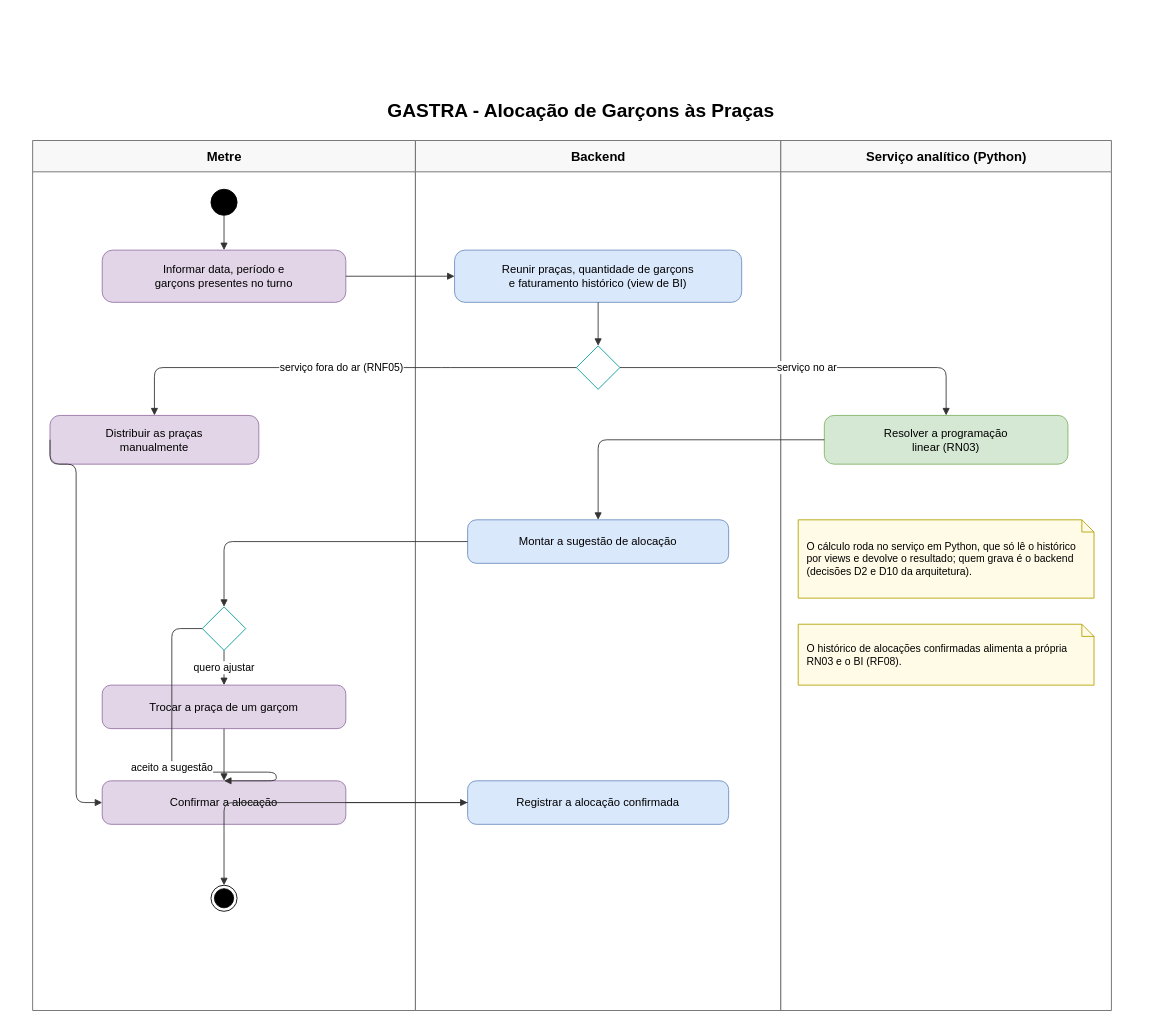
The draw.io diagram docs/diagramas/_fontes/GASTRA_Atividade_AlocacaoGarcons.drawio in danih-vb/gastra-tg, before the edit. Source tidied: cells renumbered, new cells numbered last; positions are measured from the earlier drawing's top-left corner, leaving out a move shared by most shapes. Both pictures are drawn from the tidied source at 87%, with x=0, y=0 at pixel (15, 93).
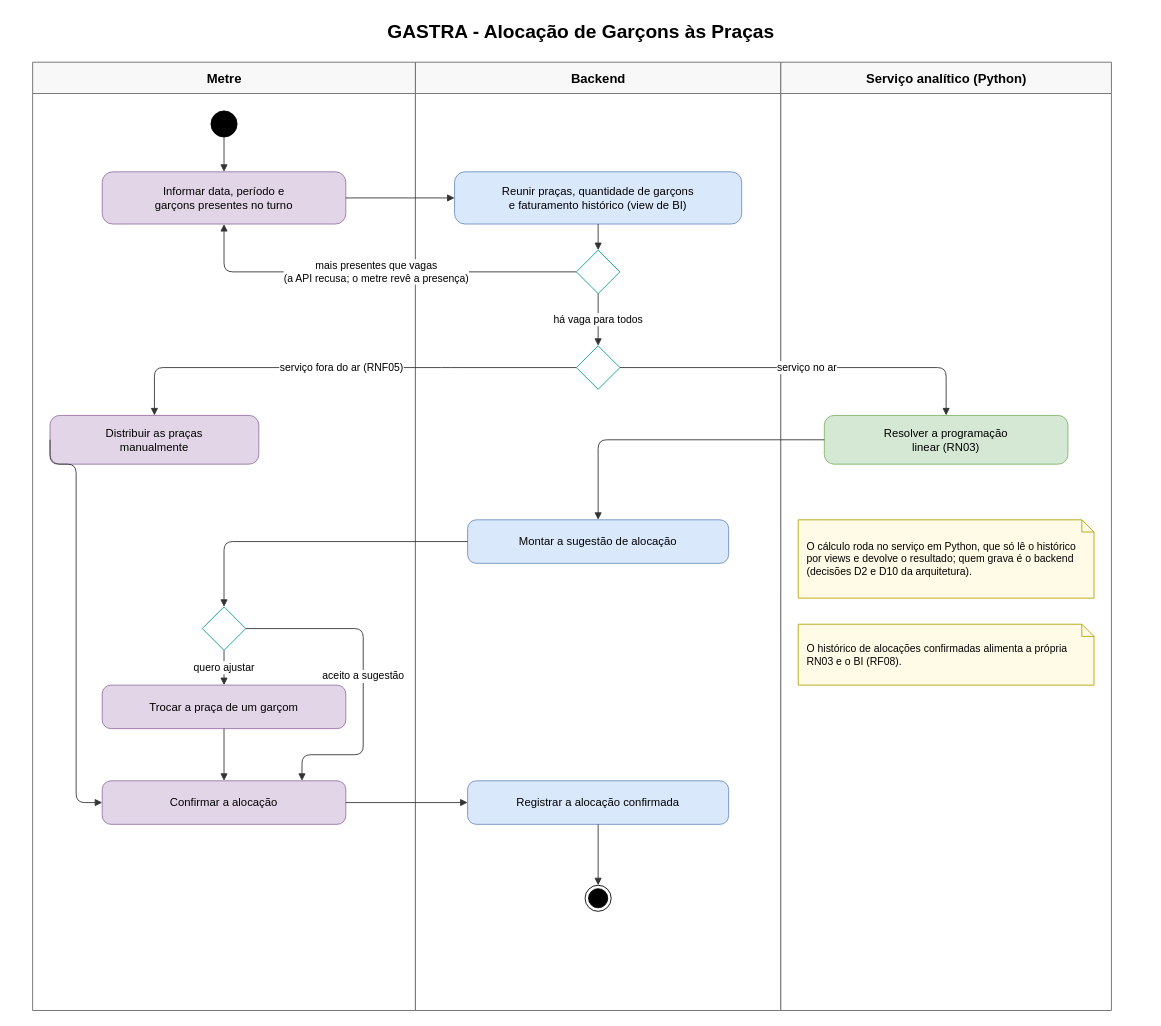
The same page after the edit.

Commit message (it also covers changes not shown here):
docs: sequência, atividade e matriz de rastreabilidade conferidas (#193, #194, #197)

Unchanged cells that the change refers to:
```xml
<mxCell id="9" style="rhombus;html=1;fillColor=#ffffff;strokeColor=#009999;" parent="1" vertex="1">
  <mxGeometry x="645" y="290" width="50" height="50" as="geometry" />
</mxCell>
<mxCell id="13" style="rhombus;html=1;fillColor=#ffffff;strokeColor=#009999;" parent="1" vertex="1">
  <mxGeometry x="215" y="590" width="50" height="50" as="geometry" />
</mxCell>
<mxCell id="15" value="Confirmar a alocação" style="rounded=1;arcSize=20;whiteSpace=wrap;html=1;fillColor=#e1d5e7;strokeColor=#9673a6;fontSize=13;" parent="1" vertex="1">
  <mxGeometry x="100" y="790" width="280" height="50" as="geometry" />
</mxCell>
<mxCell id="16" value="Registrar a alocação confirmada" style="rounded=1;arcSize=20;whiteSpace=wrap;html=1;fillColor=#dae8fc;strokeColor=#6c8ebf;fontSize=13;" parent="1" vertex="1">
  <mxGeometry x="520" y="790" width="300" height="50" as="geometry" />
</mxCell>
```

Change to the diagram source:
```diff
@@
     <mxCell id="2" value="GASTRA - Alocação de Garçons às Praças" style="text;html=1;align=center;verticalAlign=middle;fontSize=22;fontStyle=1;" parent="1" vertex="1">
-      <mxGeometry width="1300" height="40" as="geometry" />
+      <mxGeometry y="-90" width="1300" height="40" as="geometry" />
     </mxCell>
     <mxCell id="3" value="Metre" style="swimlane;html=1;startSize=36;horizontal=1;fillColor=#f8f8f8;strokeColor=#666666;fontSize=15;fontStyle=1;swimlaneFillColor=#ffffff;" parent="1" vertex="1">
-      <mxGeometry x="20" y="54" width="440" height="1000" as="geometry" />
+      <mxGeometry x="20" y="-36" width="440" height="1090" as="geometry" />
     </mxCell>
     <mxCell id="4" value="Backend" style="swimlane;html=1;startSize=36;horizontal=1;fillColor=#f8f8f8;strokeColor=#666666;fontSize=15;fontStyle=1;swimlaneFillColor=#ffffff;" parent="1" vertex="1">
-      <mxGeometry x="460" y="54" width="420" height="1000" as="geometry" />
+      <mxGeometry x="460" y="-36" width="420" height="1090" as="geometry" />
     </mxCell>
     <mxCell id="5" value="Serviço analítico (Python)" style="swimlane;html=1;startSize=36;horizontal=1;fillColor=#f8f8f8;strokeColor=#666666;fontSize=15;fontStyle=1;swimlaneFillColor=#ffffff;" parent="1" vertex="1">
-      <mxGeometry x="880" y="54" width="380" height="1000" as="geometry" />
+      <mxGeometry x="880" y="-36" width="380" height="1090" as="geometry" />
     </mxCell>
     <mxCell id="6" style="ellipse;html=1;fillColor=#000000;strokeColor=#000000;" parent="1" vertex="1">
-      <mxGeometry x="225" y="110" width="30" height="30" as="geometry" />
+      <mxGeometry x="225" y="20" width="30" height="30" as="geometry" />
     </mxCell>
     <mxCell id="7" value="Informar data, período e&lt;br&gt;garçons presentes no turno" style="rounded=1;arcSize=20;whiteSpace=wrap;html=1;fillColor=#e1d5e7;strokeColor=#9673a6;fontSize=13;" parent="1" vertex="1">
-      <mxGeometry x="100" y="180" width="280" height="60" as="geometry" />
+      <mxGeometry x="100" y="90" width="280" height="60" as="geometry" />
     </mxCell>
     <mxCell id="8" value="Reunir praças, quantidade de garçons&lt;br&gt;e faturamento histórico (view de BI)" style="rounded=1;arcSize=20;whiteSpace=wrap;html=1;fillColor=#dae8fc;strokeColor=#6c8ebf;fontSize=13;" parent="1" vertex="1">
-      <mxGeometry x="505" y="180" width="330" height="60" as="geometry" />
+      <mxGeometry x="505" y="90" width="330" height="60" as="geometry" />
     </mxCell>
@@
     <mxCell id="17" style="ellipse;html=1;shape=endState;fillColor=#000000;strokeColor=#000000;" parent="1" vertex="1">
-      <mxGeometry x="225" y="910" width="30" height="30" as="geometry" />
+      <mxGeometry x="655" y="910" width="30" height="30" as="geometry" />
     </mxCell>
@@
-    <mxCell id="20" style="edgeStyle=orthogonalEdgeStyle;rounded=1;html=1;endArrow=block;endFill=1;strokeColor=#333333;fontSize=12;labelBackgroundColor=#ffffff;" parent="1" edge="1" source="8" target="9">
+    <mxCell id="20" style="edgeStyle=orthogonalEdgeStyle;rounded=1;html=1;endArrow=block;endFill=1;strokeColor=#333333;fontSize=12;labelBackgroundColor=#ffffff;" parent="1" edge="1" source="8" target="33">
       <mxGeometry relative="1" as="geometry" />
     </mxCell>
@@
-    <mxCell id="27" value="aceito a sugestão" style="edgeStyle=orthogonalEdgeStyle;rounded=1;html=1;endArrow=block;endFill=1;strokeColor=#333333;fontSize=12;labelBackgroundColor=#ffffff;exitX=0;exitY=0.5;exitDx=0;exitDy=0;entryX=0.5;entryY=0;entryDx=0;entryDy=0;" parent="1" edge="1" source="13" target="15">
+    <mxCell id="27" value="aceito a sugestão" style="edgeStyle=orthogonalEdgeStyle;rounded=1;html=1;endArrow=block;endFill=1;strokeColor=#333333;fontSize=12;labelBackgroundColor=#ffffff;exitX=1;exitY=0.5;entryX=0.82;entryY=0;" parent="1" edge="1" source="13" target="15">
       <mxGeometry relative="1" as="geometry">
         <Array as="points">
-          <mxPoint x="180" y="615" />
-          <mxPoint x="180" y="780" />
-          <mxPoint x="300" y="780" />
+          <mxPoint x="400" y="615" />
+          <mxPoint x="400" y="760" />
+          <mxPoint x="330" y="760" />
         </Array>
       </mxGeometry>
     </mxCell>
@@
-    <mxCell id="30" style="edgeStyle=orthogonalEdgeStyle;rounded=1;html=1;endArrow=block;endFill=1;strokeColor=#333333;fontSize=12;labelBackgroundColor=#ffffff;" parent="1" edge="1" source="16" target="17">
+    <mxCell id="30" style="edgeStyle=orthogonalEdgeStyle;rounded=1;html=1;endArrow=block;endFill=1;strokeColor=#333333;fontSize=12;labelBackgroundColor=#ffffff;exitX=0.5;exitY=1;entryX=0.5;entryY=0;" parent="1" edge="1" source="16" target="17">
       <mxGeometry relative="1" as="geometry" />
     </mxCell>
@@
+    <mxCell id="33" style="rhombus;html=1;fillColor=#ffffff;strokeColor=#009999;" parent="1" vertex="1">
+      <mxGeometry x="645" y="180" width="50" height="50" as="geometry" />
+    </mxCell>
+    <mxCell id="34" value="há vaga para todos" style="edgeStyle=orthogonalEdgeStyle;rounded=1;html=1;endArrow=block;endFill=1;strokeColor=#333333;fontSize=12;labelBackgroundColor=#ffffff;exitX=0.5;exitY=1;entryX=0.5;entryY=0;" parent="1" edge="1" source="33" target="9">
+      <mxGeometry relative="1" as="geometry" />
+    </mxCell>
+    <mxCell id="35" value="mais presentes que vagas&lt;br&gt;(a API recusa; o metre revê a presença)" style="edgeStyle=orthogonalEdgeStyle;rounded=1;html=1;endArrow=block;endFill=1;strokeColor=#333333;fontSize=12;labelBackgroundColor=#ffffff;exitX=0;exitY=0.5;entryX=0.5;entryY=1;" parent="1" edge="1" source="33" target="7">
+      <mxGeometry relative="1" as="geometry">
+        <Array as="points">
+          <mxPoint x="240" y="205" />
+        </Array>
+      </mxGeometry>
+    </mxCell>
```
